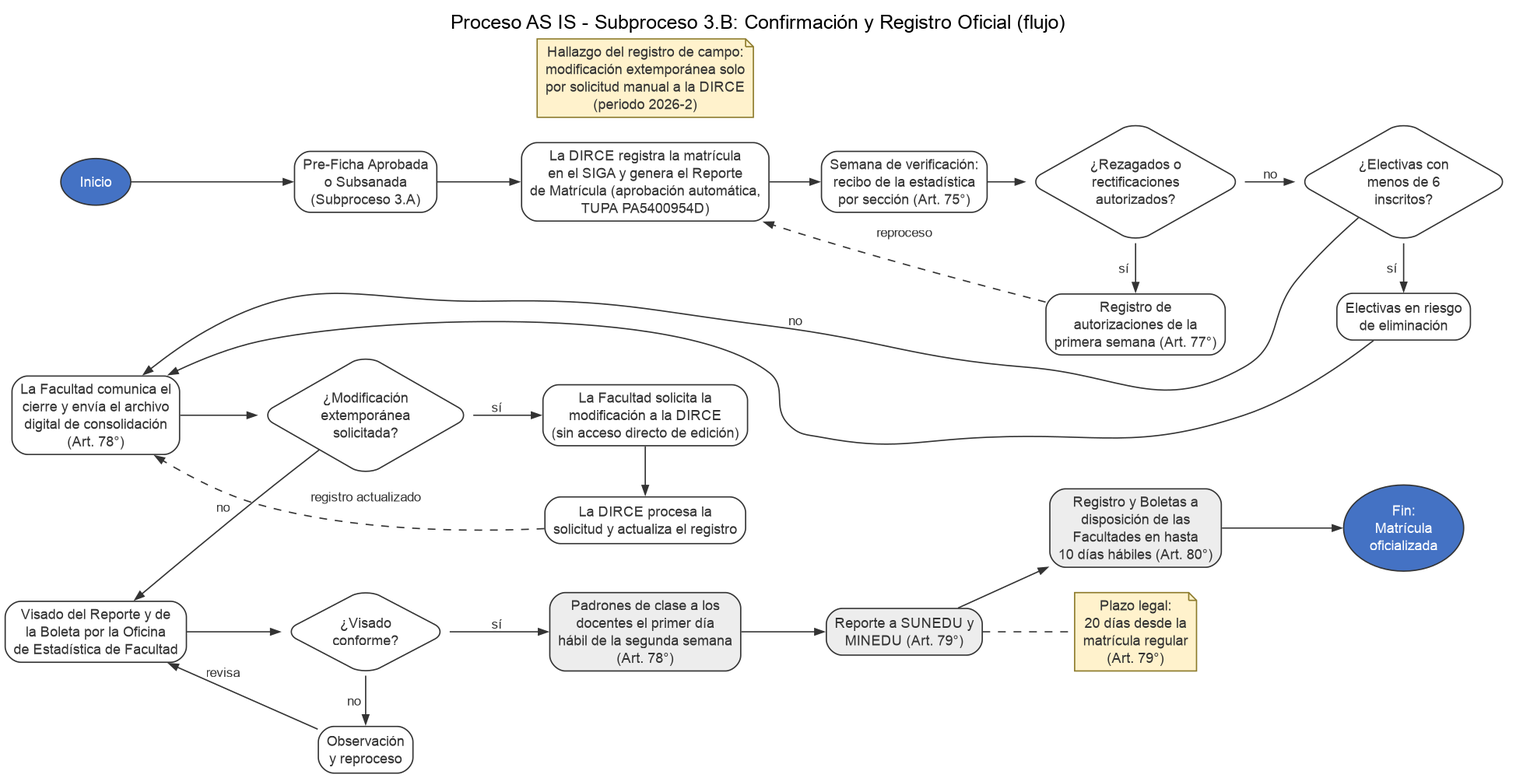
The PlantUML diagram trabajo_grupal/images/asis_subproceso_3b_flujo.png in AldoLunaBueno/cc0f6_topicos_procesos_grupo, before a commit. Its source is kept beside it as trabajo_grupal/diagramas/asis_subproceso_3b_flujo.puml.
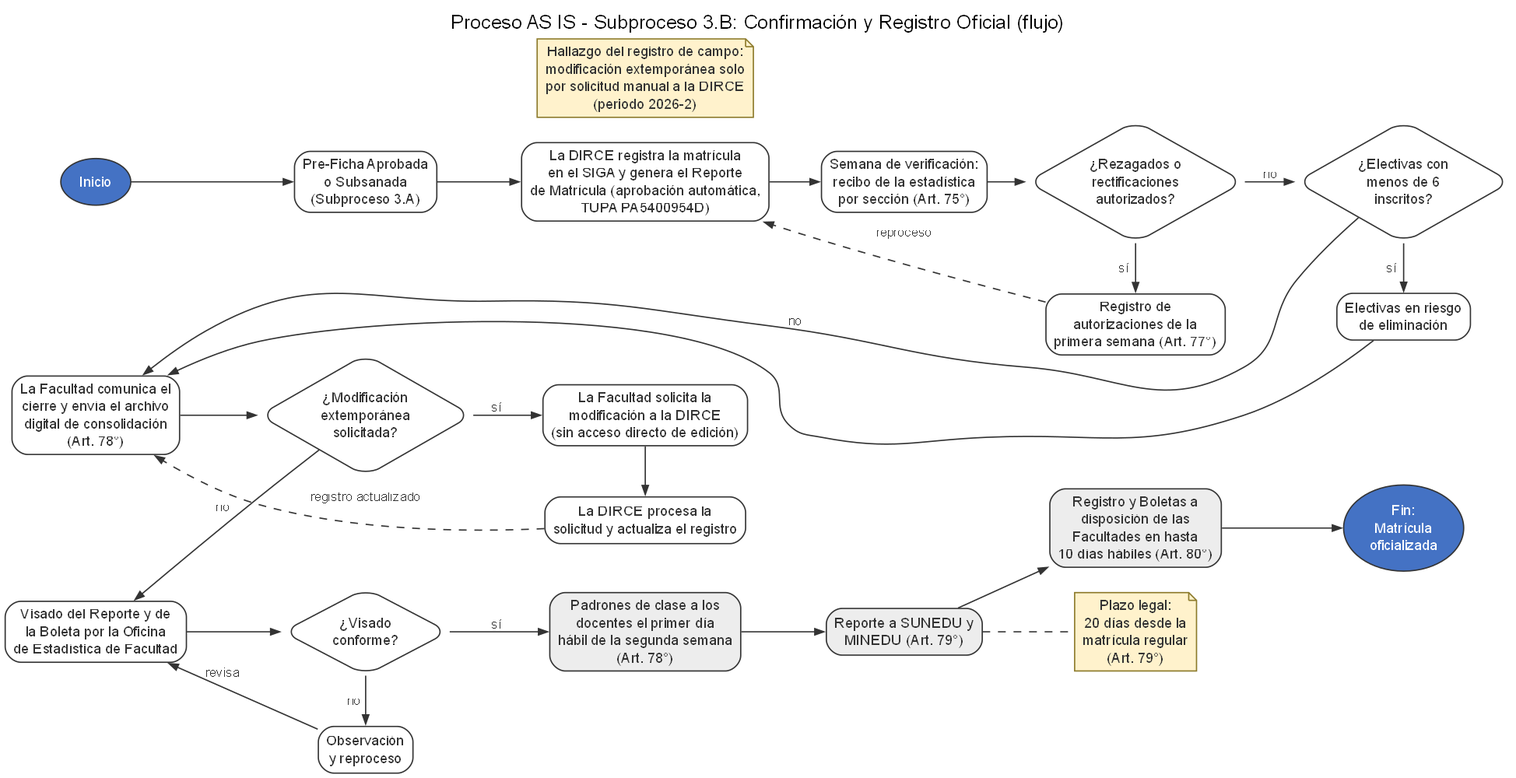
After the commit.

Commit message:
feat: add BPMN and flow diagrams for Subproceso 1 and Subproceso 3.B, update LaTeX documentation

Change to the diagram source:
```diff
@@ -1,9 +1,9 @@
 @startdot asis_subproceso_3b_flujo
-/' Diagrama de flujo AS IS - Subproceso 3.B: Confirmación y Registro Oficial.
-   Fuente editable (PlantUML/DOT). Se renderiza por plantuml -tpng.
-   La orientación horizontal usa el motor DOT (rankdir=LR) del mismo binario
-   de PlantUML; el motor de actividades no admite dirección horizontal. '/
-digraph {
+digraph asis_subproceso_3b_flujo {
+  /* Diagrama de flujo AS IS - Subproceso 3.B: Confirmación y Registro Oficial.
+     Fuente editable (PlantUML/DOT). Se renderiza por plantuml -tpng.
+     La orientación horizontal usa el motor DOT (rankdir=LR) del mismo binario
+     de PlantUML; el motor de actividades no admite dirección horizontal. */
   rankdir=LR;
   bgcolor="#FFFFFF";
   nodesep=0.28;
@@ -44,7 +44,7 @@
   nota_plazo [shape=note, style=filled, fillcolor="#FFF2CC", color="#8C7A2B", label="Plazo legal:\n20 días desde la\nmatrícula regular\n(Art. 79°)"];
   nota_acceso [shape=note, style=filled, fillcolor="#FFF2CC", color="#8C7A2B", label="Hallazgo del registro de campo:\nmodificación extemporánea solo\npor solicitud manual a la DIRCE\n(periodo 2026-2)"];
 
-  /' Fila 1: habilitación, registro y semana de verificación '/
+  /* Fila 1: habilitación, registro y semana de verificación */
   {rank=same; d77; autoriz;}
   {rank=same; dele; riesgo;}
   inicio -> preficha;
@@ -56,7 +56,7 @@
   d77 -> dele [label="no"];
   dele -> riesgo [label="sí"];
 
-  /' Fila 2: cierre y modificaciones extemporáneas '/
+  /* Fila 2: cierre y modificaciones extemporáneas */
   {rank=same; solici; reemite; nota_acceso;}
   dele -> cierre [label="no", constraint=false];
   riesgo -> cierre [constraint=false];
@@ -65,7 +65,7 @@
   solici -> reemite;
   reemite -> cierre [constraint=false, style=dashed, label="registro actualizado"];
 
-  /' Fila 3: visado y despliegue del registro oficial '/
+  /* Fila 3: visado y despliegue del registro oficial */
   {rank=same; dvis; obsrev;}
   dext -> visado [label="no", constraint=false];
   visado -> dvis;
```
